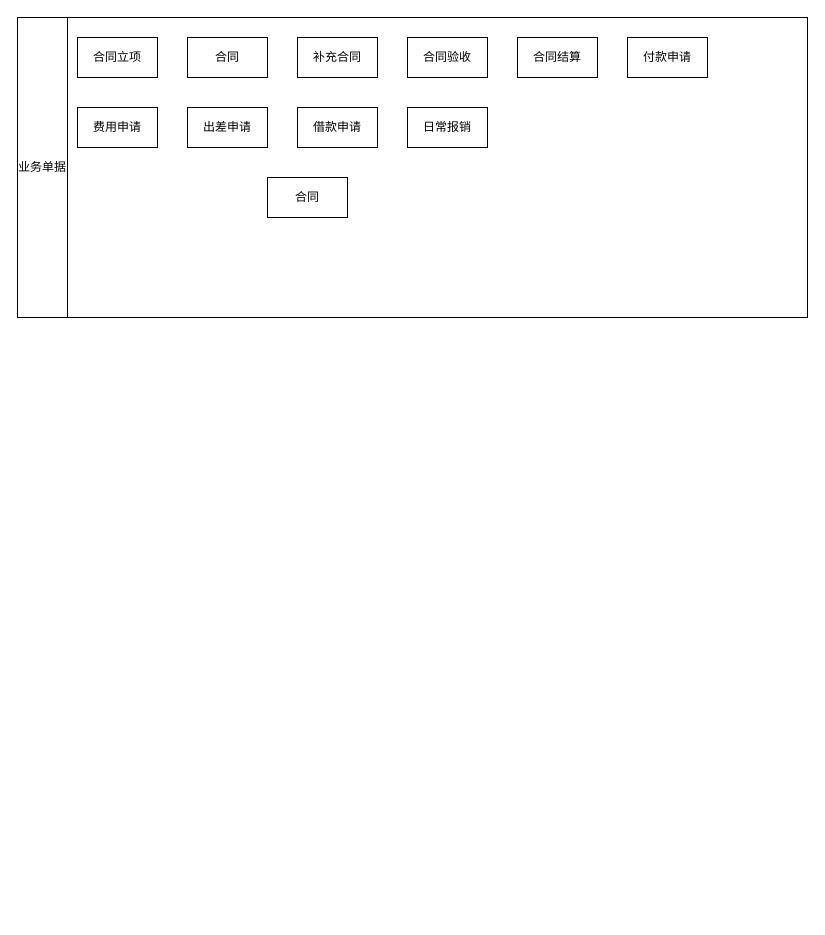
This is page "整体系统架构" (1 of 2) of fyxt_arch.drawio from chainren/draw.io, a draw.io file, before an edit. Source tidied: cells renumbered, new cells numbered last; positions are measured from the earlier drawing's top-left corner, leaving out a move shared by most shapes. Both pictures are drawn from the tidied source at 100%, with x=0, y=0 at pixel (17, 17).
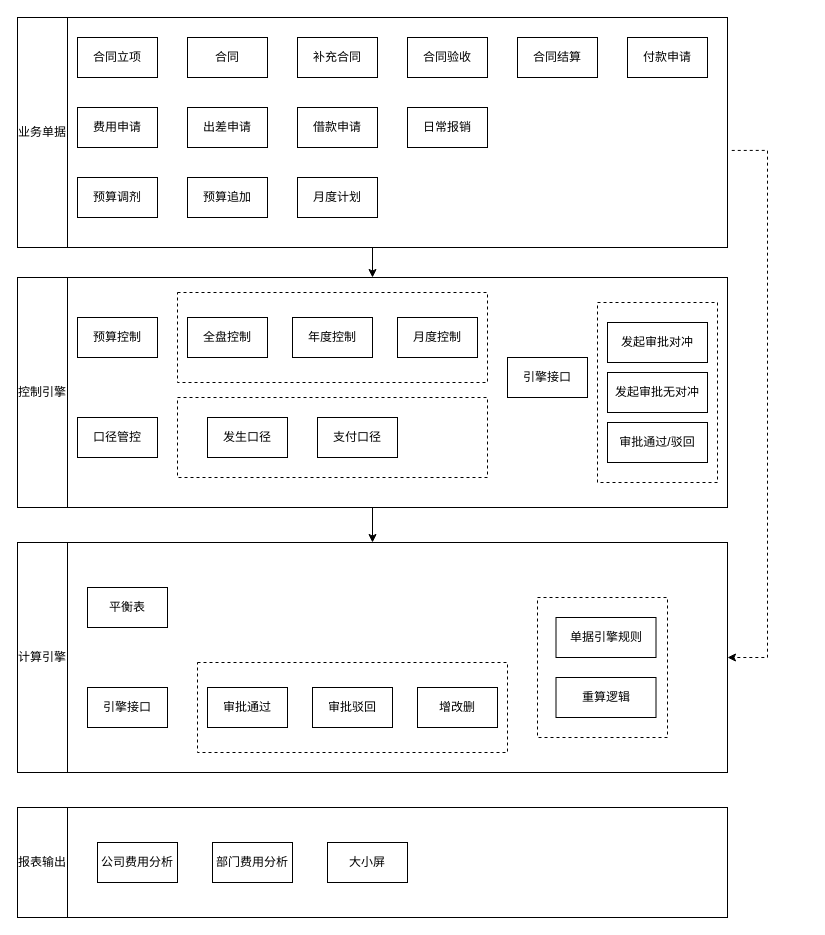
Above is the later version.

The edit, as a diff of the source:
```diff
@@
+    <mxCell id="15" style="edgeStyle=orthogonalEdgeStyle;rounded=0;jettySize=auto;html=1;" parent="1" edge="1" source="2" target="20">
+      <mxGeometry relative="1" as="geometry" />
+    </mxCell>
+    <mxCell id="16" style="edgeStyle=orthogonalEdgeStyle;rounded=0;jettySize=auto;html=1;entryX=1;entryY=0.5;entryDx=0;entryDy=0;exitX=1.006;exitY=0.578;exitDx=0;exitDy=0;exitPerimeter=0;dashed=1;" parent="1" edge="1" source="2" target="36">
+      <mxGeometry relative="1" as="geometry">
+        <Array as="points">
+          <mxPoint x="750" y="133" />
+          <mxPoint x="750" y="640" />
+        </Array>
+      </mxGeometry>
+    </mxCell>
     <mxCell id="2" style="rounded=0;whiteSpace=wrap;html=1;" parent="1" vertex="1">
-      <mxGeometry width="790" height="300" as="geometry" />
+      <mxGeometry width="710" height="230" as="geometry" />
     </mxCell>
     <mxCell id="3" value="业务单据" style="rounded=0;whiteSpace=wrap;html=1;" parent="1" vertex="1">
-      <mxGeometry width="50" height="300" as="geometry" />
+      <mxGeometry width="50" height="230" as="geometry" />
     </mxCell>
@@
-    <mxCell id="10" value="合同" style="rounded=0;whiteSpace=wrap;html=1;" parent="1" vertex="1">
-      <mxGeometry x="250" y="160" width="80" height="40" as="geometry" />
+    <mxCell id="10" value="预算调剂" style="rounded=0;whiteSpace=wrap;html=1;" parent="1" vertex="1">
+      <mxGeometry x="60" y="160" width="80" height="40" as="geometry" />
     </mxCell>
@@
+    <mxCell id="17" value="预算追加" style="rounded=0;whiteSpace=wrap;html=1;" parent="1" vertex="1">
+      <mxGeometry x="170" y="160" width="80" height="40" as="geometry" />
+    </mxCell>
+    <mxCell id="18" value="月度计划" style="rounded=0;whiteSpace=wrap;html=1;" parent="1" vertex="1">
+      <mxGeometry x="280" y="160" width="80" height="40" as="geometry" />
+    </mxCell>
+    <mxCell id="19" style="edgeStyle=orthogonalEdgeStyle;rounded=0;jettySize=auto;html=1;" parent="1" edge="1" source="20" target="36">
+      <mxGeometry relative="1" as="geometry" />
+    </mxCell>
+    <mxCell id="20" style="rounded=0;whiteSpace=wrap;html=1;" parent="1" vertex="1">
+      <mxGeometry y="260" width="710" height="230" as="geometry" />
+    </mxCell>
+    <mxCell id="21" value="控制引擎" style="rounded=0;whiteSpace=wrap;html=1;" parent="1" vertex="1">
+      <mxGeometry y="260" width="50" height="230" as="geometry" />
+    </mxCell>
+    <mxCell id="22" value="预算控制" style="rounded=0;whiteSpace=wrap;html=1;" parent="1" vertex="1">
+      <mxGeometry x="60" y="300" width="80" height="40" as="geometry" />
+    </mxCell>
+    <mxCell id="23" value="口径管控" style="rounded=0;whiteSpace=wrap;html=1;" parent="1" vertex="1">
+      <mxGeometry x="60" y="400" width="80" height="40" as="geometry" />
+    </mxCell>
+    <mxCell id="24" style="rounded=0;whiteSpace=wrap;html=1;dashed=1;" parent="1" vertex="1">
+      <mxGeometry x="160" y="380" width="310" height="80" as="geometry" />
+    </mxCell>
+    <mxCell id="25" value="支付口径" style="rounded=0;whiteSpace=wrap;html=1;" parent="1" vertex="1">
+      <mxGeometry x="300" y="400" width="80" height="40" as="geometry" />
+    </mxCell>
+    <mxCell id="26" value="发生口径" style="rounded=0;whiteSpace=wrap;html=1;" parent="1" vertex="1">
+      <mxGeometry x="190" y="400" width="80" height="40" as="geometry" />
+    </mxCell>
+    <mxCell id="27" style="rounded=0;whiteSpace=wrap;html=1;dashed=1;" parent="1" vertex="1">
+      <mxGeometry x="160" y="275" width="310" height="90" as="geometry" />
+    </mxCell>
+    <mxCell id="28" value="全盘控制" style="rounded=0;whiteSpace=wrap;html=1;" parent="1" vertex="1">
+      <mxGeometry x="170" y="300" width="80" height="40" as="geometry" />
+    </mxCell>
+    <mxCell id="29" value="年度控制" style="rounded=0;whiteSpace=wrap;html=1;" parent="1" vertex="1">
+      <mxGeometry x="275" y="300" width="80" height="40" as="geometry" />
+    </mxCell>
+    <mxCell id="30" style="rounded=0;whiteSpace=wrap;html=1;dashed=1;" parent="1" vertex="1">
+      <mxGeometry x="580" y="285" width="120" height="180" as="geometry" />
+    </mxCell>
+    <mxCell id="31" value="月度控制" style="rounded=0;whiteSpace=wrap;html=1;" parent="1" vertex="1">
+      <mxGeometry x="380" y="300" width="80" height="40" as="geometry" />
+    </mxCell>
+    <mxCell id="32" value="审批通过/驳回" style="rounded=0;whiteSpace=wrap;html=1;" parent="1" vertex="1">
+      <mxGeometry x="590" y="405" width="100" height="40" as="geometry" />
+    </mxCell>
+    <mxCell id="33" value="引擎接口" style="rounded=0;whiteSpace=wrap;html=1;" parent="1" vertex="1">
+      <mxGeometry x="490" y="340" width="80" height="40" as="geometry" />
+    </mxCell>
+    <mxCell id="34" value="发起审批无对冲" style="rounded=0;whiteSpace=wrap;html=1;" parent="1" vertex="1">
+      <mxGeometry x="590" y="355" width="100" height="40" as="geometry" />
+    </mxCell>
+    <mxCell id="35" value="发起审批对冲" style="rounded=0;whiteSpace=wrap;html=1;" parent="1" vertex="1">
+      <mxGeometry x="590" y="305" width="100" height="40" as="geometry" />
+    </mxCell>
+    <mxCell id="36" style="rounded=0;whiteSpace=wrap;html=1;" parent="1" vertex="1">
+      <mxGeometry y="525" width="710" height="230" as="geometry" />
+    </mxCell>
+    <mxCell id="37" value="计算引擎" style="rounded=0;whiteSpace=wrap;html=1;" parent="1" vertex="1">
+      <mxGeometry y="525" width="50" height="230" as="geometry" />
+    </mxCell>
+    <mxCell id="38" value="平衡表" style="rounded=0;whiteSpace=wrap;html=1;" parent="1" vertex="1">
+      <mxGeometry x="70" y="570" width="80" height="40" as="geometry" />
+    </mxCell>
+    <mxCell id="39" value="引擎接口" style="rounded=0;whiteSpace=wrap;html=1;" parent="1" vertex="1">
+      <mxGeometry x="70" y="670" width="80" height="40" as="geometry" />
+    </mxCell>
+    <mxCell id="40" style="rounded=0;whiteSpace=wrap;html=1;dashed=1;" parent="1" vertex="1">
+      <mxGeometry x="180" y="645" width="310" height="90" as="geometry" />
+    </mxCell>
+    <mxCell id="41" value="审批通过" style="rounded=0;whiteSpace=wrap;html=1;" parent="1" vertex="1">
+      <mxGeometry x="190" y="670" width="80" height="40" as="geometry" />
+    </mxCell>
+    <mxCell id="42" value="审批驳回" style="rounded=0;whiteSpace=wrap;html=1;" parent="1" vertex="1">
+      <mxGeometry x="295" y="670" width="80" height="40" as="geometry" />
+    </mxCell>
+    <mxCell id="43" value="增改删" style="rounded=0;whiteSpace=wrap;html=1;" parent="1" vertex="1">
+      <mxGeometry x="400" y="670" width="80" height="40" as="geometry" />
+    </mxCell>
+    <mxCell id="44" style="rounded=0;whiteSpace=wrap;html=1;dashed=1;" parent="1" vertex="1">
+      <mxGeometry x="520" y="580" width="130" height="140" as="geometry" />
+    </mxCell>
+    <mxCell id="45" value="单据引擎规则" style="rounded=0;whiteSpace=wrap;html=1;" parent="1" vertex="1">
+      <mxGeometry x="538.5" y="600" width="100" height="40" as="geometry" />
+    </mxCell>
+    <mxCell id="46" value="重算逻辑" style="rounded=0;whiteSpace=wrap;html=1;" parent="1" vertex="1">
+      <mxGeometry x="538.5" y="660" width="100" height="40" as="geometry" />
+    </mxCell>
+    <mxCell id="47" style="rounded=0;whiteSpace=wrap;html=1;" parent="1" vertex="1">
+      <mxGeometry y="790" width="710" height="110" as="geometry" />
+    </mxCell>
+    <mxCell id="48" value="报表输出" style="rounded=0;whiteSpace=wrap;html=1;" parent="1" vertex="1">
+      <mxGeometry y="790" width="50" height="110" as="geometry" />
+    </mxCell>
+    <mxCell id="49" value="公司费用分析" style="rounded=0;whiteSpace=wrap;html=1;" parent="1" vertex="1">
+      <mxGeometry x="80" y="825" width="80" height="40" as="geometry" />
+    </mxCell>
+    <mxCell id="50" value="部门费用分析" style="rounded=0;whiteSpace=wrap;html=1;" parent="1" vertex="1">
+      <mxGeometry x="195" y="825" width="80" height="40" as="geometry" />
+    </mxCell>
+    <mxCell id="51" value="大小屏" style="rounded=0;whiteSpace=wrap;html=1;" parent="1" vertex="1">
+      <mxGeometry x="310" y="825" width="80" height="40" as="geometry" />
+    </mxCell>
```
